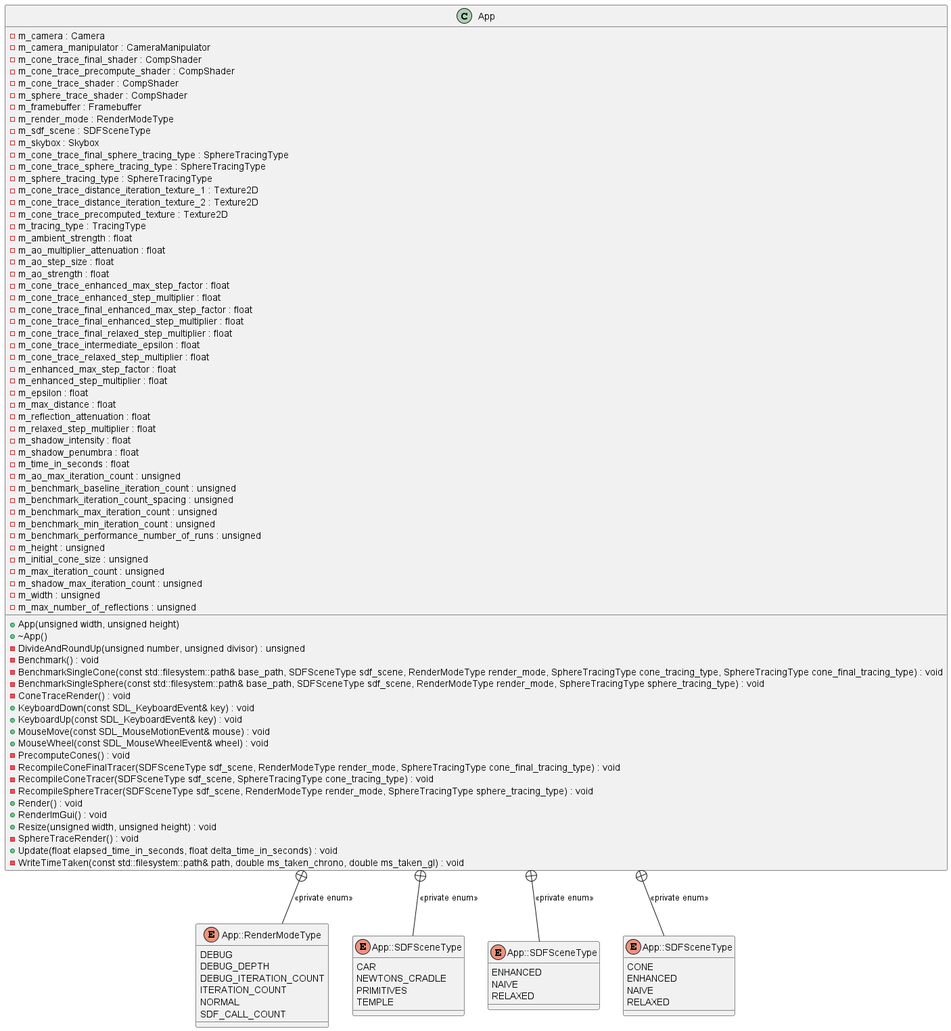
The PlantUML diagram docs/plantuml/App_class_diagram.png in monkeysoop/szakdoga, before a commit. Source of this version:
```plantuml
@startuml



class App {
	+App(unsigned width, unsigned height)
	+~App()
	-m_camera : Camera
	-m_camera_manipulator : CameraManipulator
	-m_cone_trace_final_shader : CompShader
	-m_cone_trace_precompute_shader : CompShader
	-m_cone_trace_shader : CompShader
	-m_sphere_trace_shader : CompShader
	-m_framebuffer : Framebuffer
	-m_render_mode : RenderModeType
	-m_sdf_scene : SDFSceneType
	-m_skybox : Skybox
	-m_cone_trace_final_sphere_tracing_type : SphereTracingType
	-m_cone_trace_sphere_tracing_type : SphereTracingType
	-m_sphere_tracing_type : SphereTracingType
	-m_cone_trace_distance_iteration_texture_1 : Texture2D
	-m_cone_trace_distance_iteration_texture_2 : Texture2D
	-m_cone_trace_precomputed_texture : Texture2D
	-m_tracing_type : TracingType
	-m_ambient_strength : float
	-m_ao_multiplier_attenuation : float
	-m_ao_step_size : float
	-m_ao_strength : float
	-m_cone_trace_enhanced_max_step_factor : float
	-m_cone_trace_enhanced_step_multiplier : float
	-m_cone_trace_final_enhanced_max_step_factor : float
	-m_cone_trace_final_enhanced_step_multiplier : float
	-m_cone_trace_final_relaxed_step_multiplier : float
	-m_cone_trace_intermediate_epsilon : float
	-m_cone_trace_relaxed_step_multiplier : float
	-m_enhanced_max_step_factor : float
	-m_enhanced_step_multiplier : float
	-m_epsilon : float
	-m_max_distance : float
	-m_reflection_attenuation : float
	-m_relaxed_step_multiplier : float
	-m_shadow_intensity : float
	-m_shadow_penumbra : float
	-m_time_in_seconds : float
	-DivideAndRoundUp(unsigned number, unsigned divisor) : unsigned
	-m_ao_max_iteration_count : unsigned
	-m_benchmark_baseline_iteration_count : unsigned
	-m_benchmark_iteration_count_spacing : unsigned
	-m_benchmark_max_iteration_count : unsigned
	-m_benchmark_min_iteration_count : unsigned
	-m_benchmark_performance_number_of_runs : unsigned
	-m_height : unsigned
	-m_initial_cone_size : unsigned
	-m_max_iteration_count : unsigned
	-m_shadow_max_iteration_count : unsigned
	-m_width : unsigned
	-m_max_number_of_reflections : unsigned
	-Benchmark() : void
	-BenchmarkSingleCone(const std::filesystem::path& base_path, SDFSceneType sdf_scene, RenderModeType render_mode, SphereTracingType cone_tracing_type, SphereTracingType cone_final_tracing_type) : void
	-BenchmarkSingleSphere(const std::filesystem::path& base_path, SDFSceneType sdf_scene, RenderModeType render_mode, SphereTracingType sphere_tracing_type) : void
	-ConeTraceRender() : void
	+KeyboardDown(const SDL_KeyboardEvent& key) : void
	+KeyboardUp(const SDL_KeyboardEvent& key) : void
	+MouseMove(const SDL_MouseMotionEvent& mouse) : void
	+MouseWheel(const SDL_MouseWheelEvent& wheel) : void
	-PrecomputeCones() : void
	-RecompileConeFinalTracer(SDFSceneType sdf_scene, RenderModeType render_mode, SphereTracingType cone_final_tracing_type) : void
	-RecompileConeTracer(SDFSceneType sdf_scene, SphereTracingType cone_tracing_type) : void
	-RecompileSphereTracer(SDFSceneType sdf_scene, RenderModeType render_mode, SphereTracingType sphere_tracing_type) : void
	+Render() : void
	+RenderImGui() : void
	+Resize(unsigned width, unsigned height) : void
	-SphereTraceRender() : void
	+Update(float elapsed_time_in_seconds, float delta_time_in_seconds) : void
	-WriteTimeTaken(const std::filesystem::path& path, double ms_taken_chrono, double ms_taken_gl) : void
}

enum "App::RenderModeType" as RenderModeType {
	DEBUG
	DEBUG_DEPTH
	DEBUG_ITERATION_COUNT
	ITERATION_COUNT
	NORMAL
	SDF_CALL_COUNT
}

enum "App::SDFSceneType" as SDFSceneType {
	CAR
	NEWTONS_CRADLE
	PRIMITIVES
	TEMPLE
}

enum "App::SDFSceneType" as SphereTracingType {
	ENHANCED
	NAIVE
	RELAXED
}

enum "App::SDFSceneType" as TracingType {
	CONE
	ENHANCED
	NAIVE
	RELAXED
}

App +-- RenderModeType : <<private enum>>

App +-- SDFSceneType : <<private enum>>

App +-- SphereTracingType : <<private enum>>

App +-- TracingType : <<private enum>>



@enduml
```
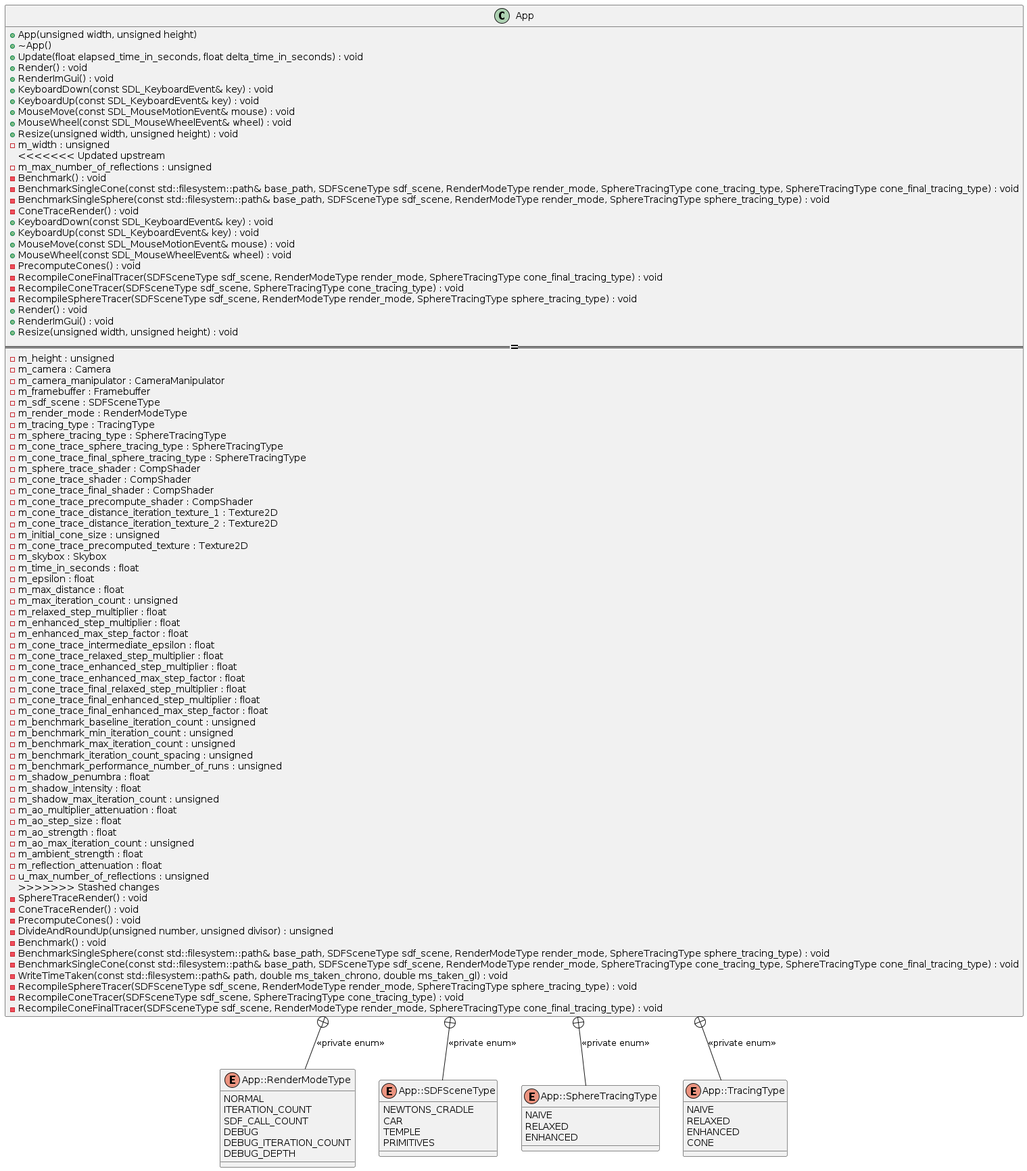
Above is the later version.

Change to the diagram source:
```diff
@@ -3,57 +3,18 @@
 
 
 class App {
-	+App(unsigned width, unsigned height)
-	+~App()
-	-m_camera : Camera
-	-m_camera_manipulator : CameraManipulator
-	-m_cone_trace_final_shader : CompShader
-	-m_cone_trace_precompute_shader : CompShader
-	-m_cone_trace_shader : CompShader
-	-m_sphere_trace_shader : CompShader
-	-m_framebuffer : Framebuffer
-	-m_render_mode : RenderModeType
-	-m_sdf_scene : SDFSceneType
-	-m_skybox : Skybox
-	-m_cone_trace_final_sphere_tracing_type : SphereTracingType
-	-m_cone_trace_sphere_tracing_type : SphereTracingType
-	-m_sphere_tracing_type : SphereTracingType
-	-m_cone_trace_distance_iteration_texture_1 : Texture2D
-	-m_cone_trace_distance_iteration_texture_2 : Texture2D
-	-m_cone_trace_precomputed_texture : Texture2D
-	-m_tracing_type : TracingType
-	-m_ambient_strength : float
-	-m_ao_multiplier_attenuation : float
-	-m_ao_step_size : float
-	-m_ao_strength : float
-	-m_cone_trace_enhanced_max_step_factor : float
-	-m_cone_trace_enhanced_step_multiplier : float
-	-m_cone_trace_final_enhanced_max_step_factor : float
-	-m_cone_trace_final_enhanced_step_multiplier : float
-	-m_cone_trace_final_relaxed_step_multiplier : float
-	-m_cone_trace_intermediate_epsilon : float
-	-m_cone_trace_relaxed_step_multiplier : float
-	-m_enhanced_max_step_factor : float
-	-m_enhanced_step_multiplier : float
-	-m_epsilon : float
-	-m_max_distance : float
-	-m_reflection_attenuation : float
-	-m_relaxed_step_multiplier : float
-	-m_shadow_intensity : float
-	-m_shadow_penumbra : float
-	-m_time_in_seconds : float
-	-DivideAndRoundUp(unsigned number, unsigned divisor) : unsigned
-	-m_ao_max_iteration_count : unsigned
-	-m_benchmark_baseline_iteration_count : unsigned
-	-m_benchmark_iteration_count_spacing : unsigned
-	-m_benchmark_max_iteration_count : unsigned
-	-m_benchmark_min_iteration_count : unsigned
-	-m_benchmark_performance_number_of_runs : unsigned
-	-m_height : unsigned
-	-m_initial_cone_size : unsigned
-	-m_max_iteration_count : unsigned
-	-m_shadow_max_iteration_count : unsigned
+    + App(unsigned width, unsigned height)
+    + ~App()
+    + Update(float elapsed_time_in_seconds, float delta_time_in_seconds) : void
+    + Render() : void
+    + RenderImGui() : void
+    + KeyboardDown(const SDL_KeyboardEvent& key) : void
+    + KeyboardUp(const SDL_KeyboardEvent& key) : void
+    + MouseMove(const SDL_MouseMotionEvent& mouse) : void
+    + MouseWheel(const SDL_MouseWheelEvent& wheel) : void
+    + Resize(unsigned width, unsigned height) : void
 	-m_width : unsigned
+<<<<<<< Updated upstream
 	-m_max_number_of_reflections : unsigned
 	-Benchmark() : void
 	-BenchmarkSingleCone(const std::filesystem::path& base_path, SDFSceneType sdf_scene, RenderModeType render_mode, SphereTracingType cone_tracing_type, SphereTracingType cone_final_tracing_type) : void
@@ -70,38 +31,96 @@
 	+Render() : void
 	+RenderImGui() : void
 	+Resize(unsigned width, unsigned height) : void
+=======
+    -m_height : unsigned
+    -m_camera : Camera
+    -m_camera_manipulator : CameraManipulator
+    -m_framebuffer : Framebuffer
+    -m_sdf_scene : SDFSceneType
+    -m_render_mode : RenderModeType
+    -m_tracing_type : TracingType
+    -m_sphere_tracing_type : SphereTracingType
+    -m_cone_trace_sphere_tracing_type : SphereTracingType
+    -m_cone_trace_final_sphere_tracing_type : SphereTracingType
+    -m_sphere_trace_shader : CompShader
+    -m_cone_trace_shader : CompShader
+    -m_cone_trace_final_shader : CompShader
+    -m_cone_trace_precompute_shader : CompShader
+    -m_cone_trace_distance_iteration_texture_1 : Texture2D
+    -m_cone_trace_distance_iteration_texture_2 : Texture2D
+    -m_initial_cone_size : unsigned
+    -m_cone_trace_precomputed_texture : Texture2D
+    -m_skybox : Skybox
+    -m_time_in_seconds : float
+    -m_epsilon : float
+    -m_max_distance : float
+    -m_max_iteration_count : unsigned
+    -m_relaxed_step_multiplier : float
+    -m_enhanced_step_multiplier : float
+    -m_enhanced_max_step_factor : float
+    -m_cone_trace_intermediate_epsilon : float
+    -m_cone_trace_relaxed_step_multiplier : float
+    -m_cone_trace_enhanced_step_multiplier : float
+    -m_cone_trace_enhanced_max_step_factor : float
+    -m_cone_trace_final_relaxed_step_multiplier : float
+    -m_cone_trace_final_enhanced_step_multiplier : float
+    -m_cone_trace_final_enhanced_max_step_factor : float
+    -m_benchmark_baseline_iteration_count : unsigned
+    -m_benchmark_min_iteration_count : unsigned
+    -m_benchmark_max_iteration_count : unsigned
+    -m_benchmark_iteration_count_spacing : unsigned
+    -m_benchmark_performance_number_of_runs : unsigned
+    -m_shadow_penumbra : float
+    -m_shadow_intensity : float
+    -m_shadow_max_iteration_count : unsigned
+    -m_ao_multiplier_attenuation : float
+    -m_ao_step_size : float
+    -m_ao_strength : float
+    -m_ao_max_iteration_count : unsigned
+    -m_ambient_strength : float
+    -m_reflection_attenuation : float
+    -u_max_number_of_reflections : unsigned
+>>>>>>> Stashed changes
 	-SphereTraceRender() : void
-	+Update(float elapsed_time_in_seconds, float delta_time_in_seconds) : void
-	-WriteTimeTaken(const std::filesystem::path& path, double ms_taken_chrono, double ms_taken_gl) : void
+    -ConeTraceRender() : void
+    -PrecomputeCones() : void
+    -DivideAndRoundUp(unsigned number, unsigned divisor) : unsigned
+    -Benchmark() : void
+    -BenchmarkSingleSphere(const std::filesystem::path& base_path, SDFSceneType sdf_scene, RenderModeType render_mode, SphereTracingType sphere_tracing_type) : void
+    -BenchmarkSingleCone(const std::filesystem::path& base_path, SDFSceneType sdf_scene, RenderModeType render_mode, SphereTracingType cone_tracing_type, SphereTracingType cone_final_tracing_type) : void
+    -WriteTimeTaken(const std::filesystem::path& path, double ms_taken_chrono, double ms_taken_gl) : void
+    -RecompileSphereTracer(SDFSceneType sdf_scene, RenderModeType render_mode, SphereTracingType sphere_tracing_type) : void
+    -RecompileConeTracer(SDFSceneType sdf_scene, SphereTracingType cone_tracing_type) : void
+    -RecompileConeFinalTracer(SDFSceneType sdf_scene, RenderModeType render_mode, SphereTracingType cone_final_tracing_type) : void
 }
 
 enum "App::RenderModeType" as RenderModeType {
-	DEBUG
-	DEBUG_DEPTH
-	DEBUG_ITERATION_COUNT
-	ITERATION_COUNT
-	NORMAL
-	SDF_CALL_COUNT
+    NORMAL
+    ITERATION_COUNT
+    SDF_CALL_COUNT
+    DEBUG
+    DEBUG_ITERATION_COUNT
+    DEBUG_DEPTH
 }
 
 enum "App::SDFSceneType" as SDFSceneType {
-	CAR
-	NEWTONS_CRADLE
-	PRIMITIVES
-	TEMPLE
+    NEWTONS_CRADLE
+    CAR
+    TEMPLE
+    PRIMITIVES
 }
 
-enum "App::SDFSceneType" as SphereTracingType {
-	ENHANCED
-	NAIVE
-	RELAXED
+enum "App::SphereTracingType" as SphereTracingType {
+    NAIVE
+    RELAXED
+    ENHANCED
 }
 
-enum "App::SDFSceneType" as TracingType {
-	CONE
-	ENHANCED
-	NAIVE
-	RELAXED
+enum "App::TracingType" as TracingType {
+    NAIVE
+    RELAXED
+    ENHANCED
+    CONE
 }
 
 App +-- RenderModeType : <<private enum>>
```
